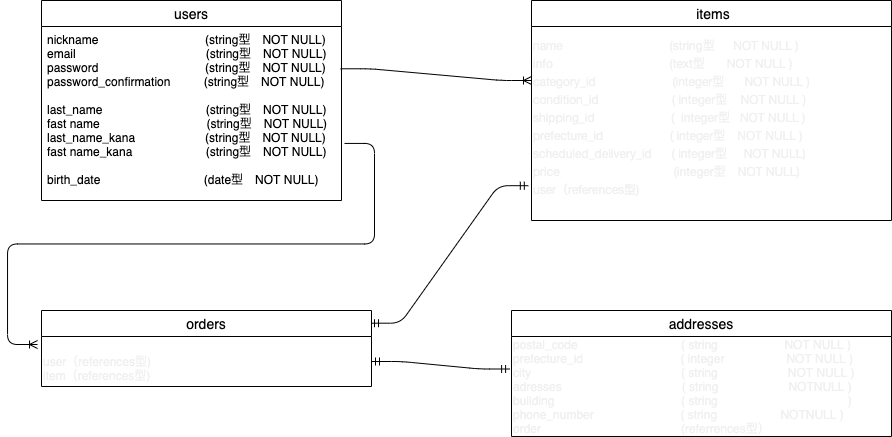
The draw.io diagram furima.drawio.png in kenjitsumiyama/furima-30488, before a commit. Source tidied: cells renumbered, new cells last; positions are measured from the earlier drawing's top-left corner, leaving out a move shared by most shapes.
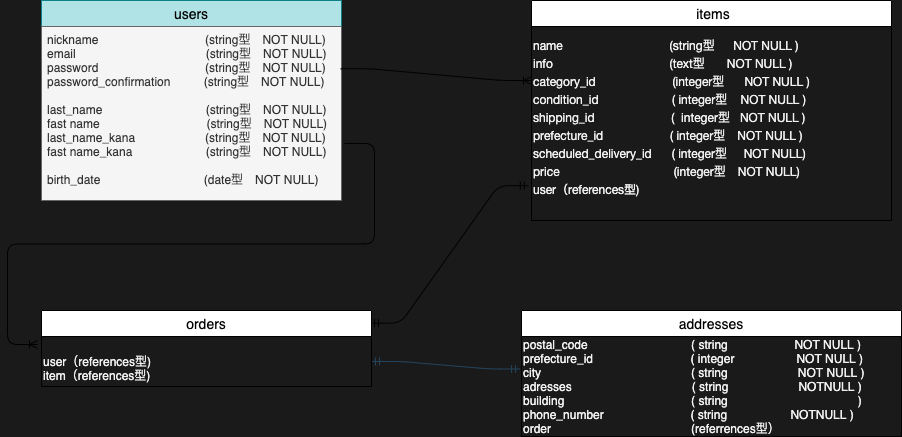
The same diagram one commit later.

The edit, as a diff of the source:
```diff
@@ -1,11 +1,11 @@
-<mxGraphModel>
+<mxGraphModel background="#1A1A1A">
   <root>
     <mxCell id="0" />
     <mxCell id="1" parent="0" />
-    <mxCell id="2" value="users" style="swimlane;fontStyle=0;horizontal=1;startSize=26;align=center;fontSize=14;" parent="1" vertex="1">
+    <mxCell id="2" value="users" style="swimlane;fontStyle=0;horizontal=1;startSize=26;align=center;fontSize=14;fillColor=#b0e3e6;strokeColor=#0e8088;" parent="1" vertex="1">
       <mxGeometry width="300" height="200" as="geometry" />
     </mxCell>
-    <mxCell id="3" value="nickname                                (string型　NOT NULL)&#10;email                                       (string型　NOT NULL)&#10;password                                (string型　NOT NULL)&#10;password_confirmation          (string型　NOT NULL)&#10;&#10;last_name                               (string型　NOT NULL)&#10;fast name                                (string型　NOT NULL)&#10;last_name_kana                     (string型　NOT NULL)&#10;fast name_kana                      (string型　NOT NULL)&#10;&#10;birth_date                               (date型　NOT NULL)&#10;" style="text;strokeColor=none;fillColor=none;spacingLeft=4;spacingRight=4;overflow=hidden;points=[[0,0.5],[1,0.5]];portConstraint=eastwest;fontSize=12;" parent="2" vertex="1">
+    <mxCell id="3" value="nickname                                (string型　NOT NULL)&#10;email                                       (string型　NOT NULL)&#10;password                                (string型　NOT NULL)&#10;password_confirmation          (string型　NOT NULL)&#10;&#10;last_name                               (string型　NOT NULL)&#10;fast name                                (string型　NOT NULL)&#10;last_name_kana                     (string型　NOT NULL)&#10;fast name_kana                      (string型　NOT NULL)&#10;&#10;birth_date                               (date型　NOT NULL)&#10;" style="text;strokeColor=#666666;fillColor=#f5f5f5;spacingLeft=4;spacingRight=4;overflow=hidden;points=[[0,0.5],[1,0.5]];portConstraint=eastwest;fontSize=12;fontColor=#333333;" parent="2" vertex="1">
       <mxGeometry y="26" width="300" height="174" as="geometry" />
     </mxCell>
     <mxCell id="4" value=" items" style="swimlane;fontStyle=0;horizontal=1;startSize=26;align=center;fontSize=14;" parent="1" vertex="1">
@@ -16,7 +16,7 @@
         <mxPoint x="490" y="80" as="targetPoint" />
       </mxGeometry>
     </mxCell>
-    <mxCell id="6" style="edgeStyle=entityRelationEdgeStyle;fontSize=12;html=1;endArrow=ERmandOne;startArrow=ERmandOne;entryX=-0.005;entryY=0.325;entryDx=0;entryDy=0;entryPerimeter=0;" parent="1" edge="1" source="12" target="10">
+    <mxCell id="6" style="edgeStyle=entityRelationEdgeStyle;fontSize=12;html=1;endArrow=ERmandOne;startArrow=ERmandOne;entryX=-0.005;entryY=0.325;entryDx=0;entryDy=0;entryPerimeter=0;fillColor=#bac8d3;strokeColor=#23445d;" parent="1" edge="1" source="12" target="10">
       <mxGeometry relative="1" as="geometry" />
     </mxCell>
     <mxCell id="7" style="edgeStyle=entityRelationEdgeStyle;fontSize=12;html=1;endArrow=ERmandOne;startArrow=ERmandOne;entryX=-0.011;entryY=0.907;entryDx=0;entryDy=0;entryPerimeter=0;exitX=0.997;exitY=0.167;exitDx=0;exitDy=0;exitPerimeter=0;" parent="1" edge="1" source="11" target="8">
@@ -25,12 +25,6 @@
     <mxCell id="8" value="&lt;p class=&quot;p1&quot; style=&quot;margin: 0px ; font-stretch: normal ; line-height: normal ; font-family: &amp;#34;helvetica neue&amp;#34;&quot;&gt;&lt;span&gt;name&lt;/span&gt;&lt;span class=&quot;Apple-converted-space&quot;&gt;&amp;nbsp; &amp;nbsp; &amp;nbsp; &amp;nbsp; &amp;nbsp; &amp;nbsp; &amp;nbsp; &amp;nbsp; &amp;nbsp; &amp;nbsp; &amp;nbsp; &amp;nbsp; &amp;nbsp; &amp;nbsp; &amp;nbsp; &amp;nbsp;&amp;nbsp;&lt;/span&gt;&lt;span&gt;(string型　&amp;nbsp; NOT NULL )&lt;/span&gt;&lt;br&gt;&lt;/p&gt;&lt;p class=&quot;p1&quot; style=&quot;margin: 0px ; font-stretch: normal ; line-height: normal ; font-family: &amp;#34;helvetica neue&amp;#34;&quot;&gt;info &lt;span class=&quot;Apple-converted-space&quot;&gt;&amp;nbsp; &amp;nbsp; &amp;nbsp; &amp;nbsp; &amp;nbsp; &amp;nbsp; &amp;nbsp; &amp;nbsp; &amp;nbsp; &amp;nbsp; &amp;nbsp; &amp;nbsp; &amp;nbsp; &amp;nbsp; &amp;nbsp; &amp;nbsp; &amp;nbsp;&amp;nbsp;&lt;/span&gt;(text型&amp;nbsp; &amp;nbsp;　NOT NULL )&lt;/p&gt;&lt;p class=&quot;p2&quot; style=&quot;margin: 0px ; font-stretch: normal ; line-height: normal ; font-family: &amp;#34;helvetica neue&amp;#34; ; min-height: 14px&quot;&gt;&lt;span&gt;category&lt;/span&gt;&lt;span class=&quot;Apple-converted-space&quot;&gt;_id&amp;nbsp; &amp;nbsp; &amp;nbsp; &amp;nbsp; &amp;nbsp; &amp;nbsp; &amp;nbsp; &amp;nbsp; &amp;nbsp; &amp;nbsp; &amp;nbsp; &amp;nbsp;&lt;/span&gt;&lt;span&gt;(integer型&amp;nbsp; &amp;nbsp; &amp;nbsp;&amp;nbsp;&lt;/span&gt;&lt;span&gt;NOT NULL )&lt;/span&gt;&lt;/p&gt;&lt;p class=&quot;p1&quot; style=&quot;margin: 0px ; font-stretch: normal ; line-height: normal ; font-family: &amp;#34;helvetica neue&amp;#34;&quot;&gt;condition_id&amp;nbsp;&lt;span class=&quot;Apple-converted-space&quot;&gt;&amp;nbsp; &amp;nbsp; &amp;nbsp; &amp;nbsp; &amp;nbsp; &amp;nbsp; &amp;nbsp; &amp;nbsp; &amp;nbsp; &amp;nbsp; &amp;nbsp;&lt;/span&gt;( integer型&amp;nbsp; &amp;nbsp; NOT NULL )&lt;/p&gt;&lt;p class=&quot;p1&quot; style=&quot;margin: 0px ; font-stretch: normal ; line-height: normal ; font-family: &amp;#34;helvetica neue&amp;#34;&quot;&gt;shipping_id&lt;span class=&quot;Apple-converted-space&quot;&gt;&amp;nbsp; &amp;nbsp; &amp;nbsp; &amp;nbsp; &amp;nbsp; &amp;nbsp; &amp;nbsp; &amp;nbsp; &amp;nbsp; &amp;nbsp; &amp;nbsp; &amp;nbsp;&lt;/span&gt;(&amp;nbsp; integer型&amp;nbsp; &amp;nbsp;NOT NULL )&lt;/p&gt;&lt;p class=&quot;p1&quot; style=&quot;margin: 0px ; font-stretch: normal ; line-height: normal ; font-family: &amp;#34;helvetica neue&amp;#34;&quot;&gt;prefecture_id&amp;nbsp;&lt;span class=&quot;Apple-converted-space&quot;&gt;&amp;nbsp; &amp;nbsp; &amp;nbsp; &amp;nbsp; &amp;nbsp; &amp;nbsp; &amp;nbsp; &amp;nbsp; &amp;nbsp; &amp;nbsp;&lt;/span&gt;( integer型　NOT NULL )&lt;/p&gt;&lt;p class=&quot;p1&quot; style=&quot;margin: 0px ; font-stretch: normal ; line-height: normal ; font-family: &amp;#34;helvetica neue&amp;#34;&quot;&gt;scheduled_delivery_id&amp;nbsp;&lt;span class=&quot;Apple-converted-space&quot;&gt;&amp;nbsp; &amp;nbsp; &amp;nbsp;&lt;/span&gt;( integer型&amp;nbsp; &amp;nbsp; &amp;nbsp;NOT NULL)&lt;/p&gt;&lt;p class=&quot;p1&quot; style=&quot;margin: 0px ; font-stretch: normal ; line-height: normal ; font-family: &amp;#34;helvetica neue&amp;#34;&quot;&gt;price&amp;nbsp; &amp;nbsp; &amp;nbsp; &amp;nbsp; &amp;nbsp; &amp;nbsp; &amp;nbsp; &amp;nbsp; &amp;nbsp; &amp;nbsp; &amp;nbsp; &amp;nbsp; &amp;nbsp; 　　 (integer型　NOT NULL)&lt;/p&gt;&lt;p class=&quot;p1&quot; style=&quot;margin: 0px ; font-stretch: normal ; line-height: normal ; font-family: &amp;#34;helvetica neue&amp;#34;&quot;&gt;&lt;span&gt;user&lt;/span&gt;&lt;span class=&quot;s2&quot; style=&quot;font-stretch: normal ; line-height: normal ; font-family: &amp;#34;hiragino sans&amp;#34;&quot;&gt;（&lt;/span&gt;&lt;span&gt;references&lt;/span&gt;&lt;span class=&quot;s2&quot; style=&quot;font-stretch: normal ; line-height: normal ; font-family: &amp;#34;hiragino sans&amp;#34;&quot;&gt;型&lt;/span&gt;&lt;span&gt;)&lt;/span&gt;&lt;/p&gt;" style="text;html=1;align=left;verticalAlign=middle;points=[];fontColor=#F0F0F0;" parent="1" vertex="1">
       <mxGeometry x="490" y="31" width="290" height="170" as="geometry" />
     </mxCell>
-    <mxCell id="9" value="addresses" style="swimlane;fontStyle=0;horizontal=1;startSize=26;align=center;fontSize=14;" parent="1" vertex="1">
-      <mxGeometry x="470" y="310" width="380" height="126" as="geometry" />
-    </mxCell>
-    <mxCell id="10" value="&lt;div&gt;postal_code&amp;nbsp; &amp;nbsp; &amp;nbsp; &amp;nbsp; &amp;nbsp; &amp;nbsp; &amp;nbsp; &amp;nbsp; &amp;nbsp; &amp;nbsp; &amp;nbsp; &amp;nbsp; &amp;nbsp; &amp;nbsp; &amp;nbsp; &amp;nbsp;( string&amp;nbsp; &amp;nbsp; &amp;nbsp; &amp;nbsp; &amp;nbsp; &amp;nbsp; &amp;nbsp; &amp;nbsp; &amp;nbsp; &amp;nbsp; NOT NULL )&lt;br&gt;&lt;/div&gt;&lt;div&gt;&lt;span&gt;prefecture_id　　　　　　　&amp;nbsp; &amp;nbsp; ( integer&amp;nbsp; &amp;nbsp; &amp;nbsp; &amp;nbsp; &amp;nbsp;　&amp;nbsp; &amp;nbsp; &amp;nbsp; NOT NULL )&lt;/span&gt;&lt;br&gt;&lt;/div&gt;&lt;div&gt;&lt;span&gt;city&amp;nbsp; &amp;nbsp; &amp;nbsp; &amp;nbsp; &amp;nbsp; &amp;nbsp; &amp;nbsp; &amp;nbsp; &amp;nbsp; &amp;nbsp; &amp;nbsp; &amp;nbsp; &amp;nbsp; &amp;nbsp; &amp;nbsp; &amp;nbsp; &amp;nbsp; &amp;nbsp; &amp;nbsp; &amp;nbsp; &amp;nbsp; &amp;nbsp; &amp;nbsp;( string&amp;nbsp; &amp;nbsp; &amp;nbsp; &amp;nbsp; &amp;nbsp; &amp;nbsp; &amp;nbsp; &amp;nbsp; &amp;nbsp; &amp;nbsp; &amp;nbsp;NOT NULL )&lt;/span&gt;&lt;br&gt;&lt;/div&gt;&lt;div&gt;adresses&amp;nbsp; &amp;nbsp; &amp;nbsp; &amp;nbsp; &amp;nbsp; &amp;nbsp; &amp;nbsp; &amp;nbsp; &amp;nbsp; &amp;nbsp; &amp;nbsp; &amp;nbsp; &amp;nbsp; &amp;nbsp; &amp;nbsp; &amp;nbsp; &amp;nbsp; &amp;nbsp; ( string&amp;nbsp; &amp;nbsp; &amp;nbsp; &amp;nbsp; &amp;nbsp; &amp;nbsp; &amp;nbsp; &amp;nbsp; &amp;nbsp; &amp;nbsp; &amp;nbsp;NOTNULL )&amp;nbsp;&lt;/div&gt;&lt;div&gt;building&amp;nbsp; &amp;nbsp; &amp;nbsp; &amp;nbsp; &amp;nbsp; &amp;nbsp; &amp;nbsp; &amp;nbsp; &amp;nbsp; &amp;nbsp; &amp;nbsp; &amp;nbsp; &amp;nbsp; &amp;nbsp; &amp;nbsp; &amp;nbsp; &amp;nbsp; &amp;nbsp; &amp;nbsp; ( string&amp;nbsp; &amp;nbsp; &amp;nbsp; &amp;nbsp; &amp;nbsp; &amp;nbsp; &amp;nbsp; &amp;nbsp; 　　　　&amp;nbsp; &amp;nbsp; 　 )&amp;nbsp;&lt;br&gt;&lt;/div&gt;&lt;div&gt;phone_number&amp;nbsp; &amp;nbsp; &amp;nbsp; &amp;nbsp; &amp;nbsp; &amp;nbsp; &amp;nbsp; &amp;nbsp; &amp;nbsp; &amp;nbsp; &amp;nbsp; &amp;nbsp; &amp;nbsp; ( string&amp;nbsp; &amp;nbsp; &amp;nbsp; &amp;nbsp; &amp;nbsp; &amp;nbsp; &amp;nbsp; &amp;nbsp; &amp;nbsp; &amp;nbsp;NOTNULL )&lt;/div&gt;&lt;div&gt;order&amp;nbsp; &amp;nbsp; &amp;nbsp; 　　　　　　　　　　(referrences型）&lt;/div&gt;" style="text;html=1;align=left;verticalAlign=middle;points=[];fontColor=#F0F0F0;" parent="9" vertex="1">
-      <mxGeometry y="26" width="380" height="100" as="geometry" />
-    </mxCell>
     <mxCell id="11" value="orders" style="swimlane;fontStyle=0;horizontal=1;startSize=26;align=center;fontSize=14;" parent="1" vertex="1">
       <mxGeometry y="310" width="330" height="76" as="geometry" />
     </mxCell>
@@ -40,5 +34,11 @@
     <mxCell id="13" style="edgeStyle=entityRelationEdgeStyle;fontSize=12;html=1;endArrow=ERoneToMany;entryX=-0.012;entryY=0.16;entryDx=0;entryDy=0;entryPerimeter=0;exitX=1.01;exitY=0.672;exitDx=0;exitDy=0;exitPerimeter=0;" parent="1" edge="1" source="3" target="12">
       <mxGeometry relative="1" as="geometry" />
     </mxCell>
+    <mxCell id="9" value="addresses" style="swimlane;fontStyle=0;horizontal=1;startSize=26;align=center;fontSize=14;" parent="1" vertex="1">
+      <mxGeometry x="480" y="310" width="380" height="126" as="geometry" />
+    </mxCell>
+    <mxCell id="10" value="&lt;div&gt;postal_code&amp;nbsp; &amp;nbsp; &amp;nbsp; &amp;nbsp; &amp;nbsp; &amp;nbsp; &amp;nbsp; &amp;nbsp; &amp;nbsp; &amp;nbsp; &amp;nbsp; &amp;nbsp; &amp;nbsp; &amp;nbsp; &amp;nbsp; &amp;nbsp;( string&amp;nbsp; &amp;nbsp; &amp;nbsp; &amp;nbsp; &amp;nbsp; &amp;nbsp; &amp;nbsp; &amp;nbsp; &amp;nbsp; &amp;nbsp; NOT NULL )&lt;br&gt;&lt;/div&gt;&lt;div&gt;&lt;span&gt;prefecture_id　　　　　　　&amp;nbsp; &amp;nbsp; ( integer&amp;nbsp; &amp;nbsp; &amp;nbsp; &amp;nbsp; &amp;nbsp;　&amp;nbsp; &amp;nbsp; &amp;nbsp; NOT NULL )&lt;/span&gt;&lt;br&gt;&lt;/div&gt;&lt;div&gt;&lt;span&gt;city&amp;nbsp; &amp;nbsp; &amp;nbsp; &amp;nbsp; &amp;nbsp; &amp;nbsp; &amp;nbsp; &amp;nbsp; &amp;nbsp; &amp;nbsp; &amp;nbsp; &amp;nbsp; &amp;nbsp; &amp;nbsp; &amp;nbsp; &amp;nbsp; &amp;nbsp; &amp;nbsp; &amp;nbsp; &amp;nbsp; &amp;nbsp; &amp;nbsp; &amp;nbsp;( string&amp;nbsp; &amp;nbsp; &amp;nbsp; &amp;nbsp; &amp;nbsp; &amp;nbsp; &amp;nbsp; &amp;nbsp; &amp;nbsp; &amp;nbsp; &amp;nbsp;NOT NULL )&lt;/span&gt;&lt;br&gt;&lt;/div&gt;&lt;div&gt;adresses&amp;nbsp; &amp;nbsp; &amp;nbsp; &amp;nbsp; &amp;nbsp; &amp;nbsp; &amp;nbsp; &amp;nbsp; &amp;nbsp; &amp;nbsp; &amp;nbsp; &amp;nbsp; &amp;nbsp; &amp;nbsp; &amp;nbsp; &amp;nbsp; &amp;nbsp; &amp;nbsp; ( string&amp;nbsp; &amp;nbsp; &amp;nbsp; &amp;nbsp; &amp;nbsp; &amp;nbsp; &amp;nbsp; &amp;nbsp; &amp;nbsp; &amp;nbsp; &amp;nbsp;NOTNULL )&amp;nbsp;&lt;/div&gt;&lt;div&gt;building&amp;nbsp; &amp;nbsp; &amp;nbsp; &amp;nbsp; &amp;nbsp; &amp;nbsp; &amp;nbsp; &amp;nbsp; &amp;nbsp; &amp;nbsp; &amp;nbsp; &amp;nbsp; &amp;nbsp; &amp;nbsp; &amp;nbsp; &amp;nbsp; &amp;nbsp; &amp;nbsp; &amp;nbsp; ( string&amp;nbsp; &amp;nbsp; &amp;nbsp; &amp;nbsp; &amp;nbsp; &amp;nbsp; &amp;nbsp; &amp;nbsp; 　　　　&amp;nbsp; &amp;nbsp; 　 )&amp;nbsp;&lt;br&gt;&lt;/div&gt;&lt;div&gt;phone_number&amp;nbsp; &amp;nbsp; &amp;nbsp; &amp;nbsp; &amp;nbsp; &amp;nbsp; &amp;nbsp; &amp;nbsp; &amp;nbsp; &amp;nbsp; &amp;nbsp; &amp;nbsp; &amp;nbsp; ( string&amp;nbsp; &amp;nbsp; &amp;nbsp; &amp;nbsp; &amp;nbsp; &amp;nbsp; &amp;nbsp; &amp;nbsp; &amp;nbsp; &amp;nbsp;NOTNULL )&lt;/div&gt;&lt;div&gt;order&amp;nbsp; &amp;nbsp; &amp;nbsp; 　　　　　　　　　　(referrences型）&lt;/div&gt;" style="text;html=1;align=left;verticalAlign=middle;points=[];fontColor=#F0F0F0;" parent="9" vertex="1">
+      <mxGeometry y="26" width="380" height="100" as="geometry" />
+    </mxCell>
   </root>
 </mxGraphModel>
```
